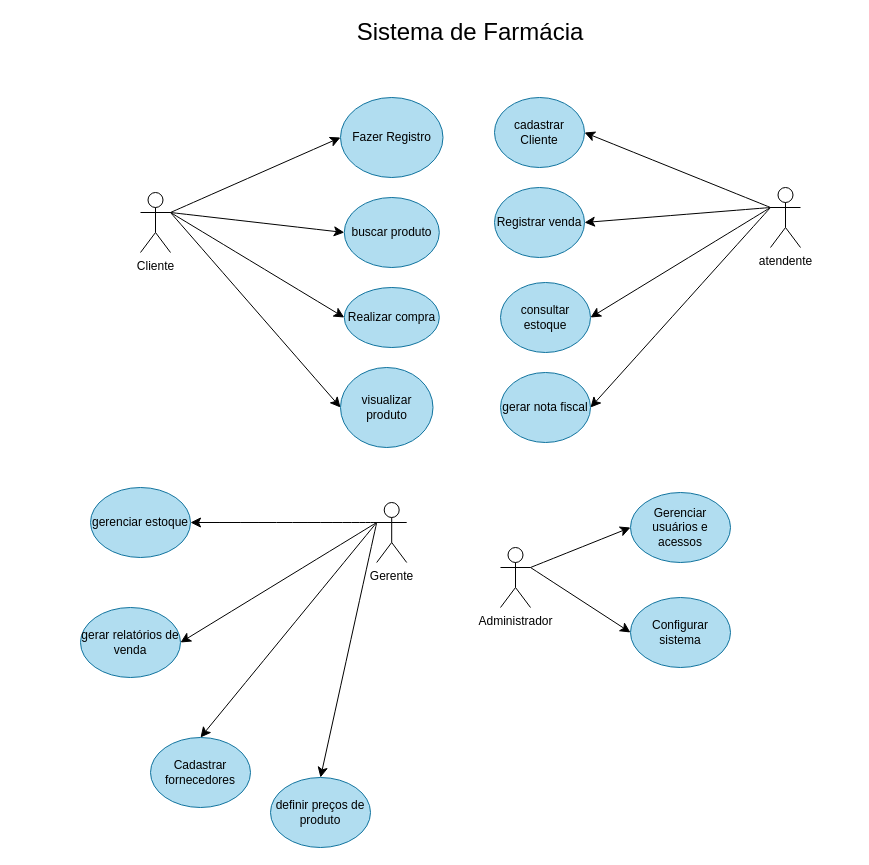
Earlier version of the draw.io diagram page "Página-11" (11 of 17) of Diagrama sem nome.drawio (jkkauany/diagramaderequisitos). Source tidied: cells renumbered, new cells numbered last; positions are measured from the earlier drawing's top-left corner, leaving out a move shared by most shapes. Both pictures are drawn from the tidied source at 100%, with x=0, y=0 at pixel (80, 17).
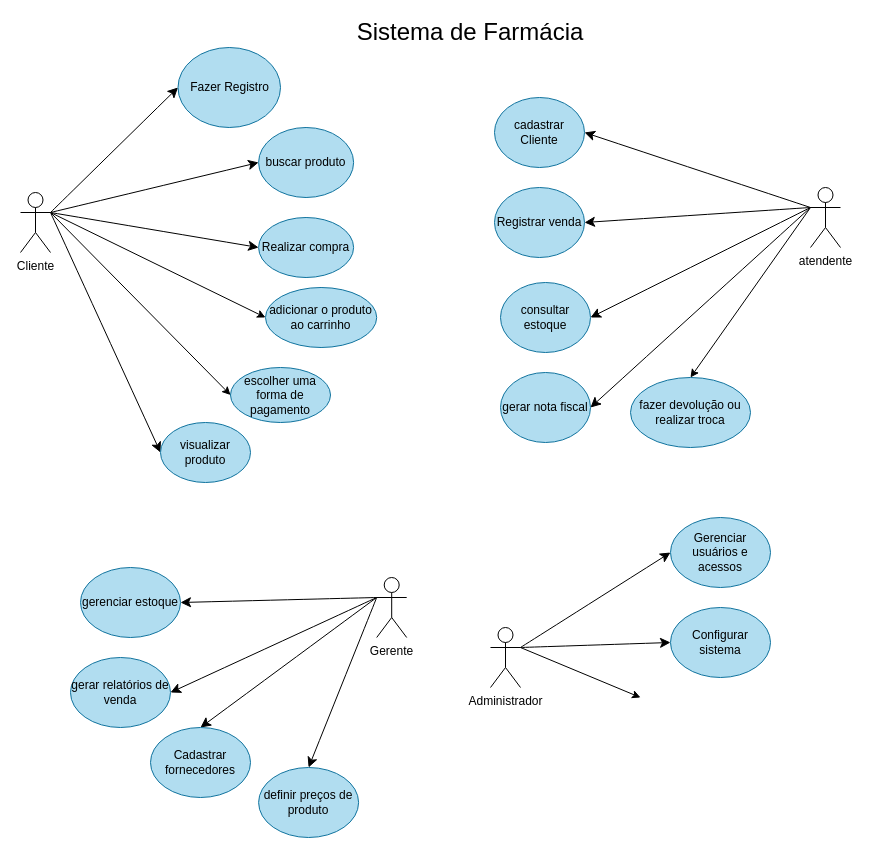
The same diagram, later.

The edit, as a diff of the source:
```diff
@@
     <mxCell id="7" value="Cliente" style="shape=umlActor;verticalLabelPosition=bottom;verticalAlign=top;html=1;outlineConnect=0;" parent="1" vertex="1">
-      <mxGeometry x="60" y="175" width="30" height="60" as="geometry" />
+      <mxGeometry x="-60" y="175" width="30" height="60" as="geometry" />
     </mxCell>
     <mxCell id="8" value="Fazer Registro" style="ellipse;whiteSpace=wrap;html=1;fillColor=#b1ddf0;strokeColor=#10739e;" parent="1" vertex="1">
-      <mxGeometry x="260" y="80" width="102.5" height="80" as="geometry" />
+      <mxGeometry x="97.5" y="30" width="102.5" height="80" as="geometry" />
     </mxCell>
     <mxCell id="9" value="buscar produto" style="ellipse;whiteSpace=wrap;html=1;fillColor=#b1ddf0;strokeColor=#10739e;" parent="1" vertex="1">
-      <mxGeometry x="263.8" y="180" width="95" height="70" as="geometry" />
+      <mxGeometry x="178.1" y="110" width="95" height="70" as="geometry" />
     </mxCell>
     <mxCell id="10" value="Realizar compra" style="ellipse;whiteSpace=wrap;html=1;fillColor=#b1ddf0;strokeColor=#10739e;" parent="1" vertex="1">
-      <mxGeometry x="263.8" y="270" width="95" height="60" as="geometry" />
+      <mxGeometry x="178.1" y="200" width="95" height="60" as="geometry" />
     </mxCell>
     <mxCell id="11" value="visualizar produto" style="ellipse;whiteSpace=wrap;html=1;fillColor=#b1ddf0;strokeColor=#10739e;" parent="1" vertex="1">
-      <mxGeometry x="260" y="350" width="92.5" height="80" as="geometry" />
+      <mxGeometry x="80" y="405" width="90" height="60" as="geometry" />
     </mxCell>
@@
     <mxCell id="16" value="atendente" style="shape=umlActor;verticalLabelPosition=bottom;verticalAlign=top;html=1;outlineConnect=0;" parent="1" vertex="1">
-      <mxGeometry x="690" y="170" width="30" height="60" as="geometry" />
+      <mxGeometry x="730" y="170" width="30" height="60" as="geometry" />
     </mxCell>
@@
     <mxCell id="25" value="Gerente" style="shape=umlActor;verticalLabelPosition=bottom;verticalAlign=top;html=1;outlineConnect=0;" parent="1" vertex="1">
-      <mxGeometry x="296.2" y="485" width="30" height="60" as="geometry" />
+      <mxGeometry x="296.2" y="560" width="30" height="60" as="geometry" />
     </mxCell>
     <mxCell id="26" value="gerenciar estoque" style="ellipse;whiteSpace=wrap;html=1;fillColor=#b1ddf0;strokeColor=#10739e;" parent="1" vertex="1">
-      <mxGeometry x="10" y="470" width="100" height="70" as="geometry" />
+      <mxGeometry y="550" width="100" height="70" as="geometry" />
     </mxCell>
     <mxCell id="27" value="gerar relatórios de venda" style="ellipse;whiteSpace=wrap;html=1;fillColor=#b1ddf0;strokeColor=#10739e;" parent="1" vertex="1">
-      <mxGeometry y="590" width="100" height="70" as="geometry" />
+      <mxGeometry x="-10" y="640" width="100" height="70" as="geometry" />
     </mxCell>
     <mxCell id="28" value="Cadastrar fornecedores" style="ellipse;whiteSpace=wrap;html=1;fillColor=#b1ddf0;strokeColor=#10739e;" parent="1" vertex="1">
-      <mxGeometry x="70" y="720" width="100" height="70" as="geometry" />
+      <mxGeometry x="70" y="710" width="100" height="70" as="geometry" />
     </mxCell>
     <mxCell id="29" value="definir preços de produto" style="ellipse;whiteSpace=wrap;html=1;fillColor=#b1ddf0;strokeColor=#10739e;" parent="1" vertex="1">
-      <mxGeometry x="190" y="760" width="100" height="70" as="geometry" />
+      <mxGeometry x="178.1" y="750" width="100" height="70" as="geometry" />
     </mxCell>
@@
     <mxCell id="32" value="Administrador" style="shape=umlActor;verticalLabelPosition=bottom;verticalAlign=top;html=1;outlineConnect=0;" parent="1" vertex="1">
-      <mxGeometry x="420" y="530" width="30" height="60" as="geometry" />
+      <mxGeometry x="410" y="610" width="30" height="60" as="geometry" />
     </mxCell>
     <mxCell id="33" value="Gerenciar usuários e acessos" style="ellipse;whiteSpace=wrap;html=1;fillColor=#b1ddf0;strokeColor=#10739e;" parent="1" vertex="1">
-      <mxGeometry x="550" y="475" width="100" height="70" as="geometry" />
+      <mxGeometry x="590" y="500" width="100" height="70" as="geometry" />
     </mxCell>
     <mxCell id="34" value="Configurar sistema" style="ellipse;whiteSpace=wrap;html=1;fillColor=#b1ddf0;strokeColor=#10739e;" parent="1" vertex="1">
-      <mxGeometry x="550" y="580" width="100" height="70" as="geometry" />
+      <mxGeometry x="590" y="590" width="100" height="70" as="geometry" />
     </mxCell>
+    <mxCell id="35" value="escolher uma forma de pagamento" style="ellipse;whiteSpace=wrap;html=1;fillColor=#b1ddf0;strokeColor=#10739e;" parent="1" vertex="1">
+      <mxGeometry x="150" y="350" width="100" height="55" as="geometry" />
+    </mxCell>
+    <mxCell id="36" style="endArrow=classic;html=1;rounded=0;exitX=1;exitY=0.3333333333333333;exitDx=0;exitDy=0;exitPerimeter=0;entryX=0;entryY=0.5;entryDx=0;entryDy=0;" parent="1" edge="1" source="7" target="35">
+      <mxGeometry relative="1" as="geometry" />
+    </mxCell>
+    <mxCell id="37" value="adicionar o produto ao carrinho" style="ellipse;whiteSpace=wrap;html=1;fillColor=#b1ddf0;strokeColor=#10739e;" parent="1" vertex="1">
+      <mxGeometry x="185" y="270" width="111.2" height="60" as="geometry" />
+    </mxCell>
+    <mxCell id="38" style="endArrow=classic;html=1;rounded=0;exitX=1;exitY=0.3333333333333333;exitDx=0;exitDy=0;exitPerimeter=0;entryX=0;entryY=0.5;entryDx=0;entryDy=0;" parent="1" edge="1" source="7" target="37">
+      <mxGeometry relative="1" as="geometry" />
+    </mxCell>
+    <mxCell id="39" value="fazer devolução ou realizar troca" style="ellipse;whiteSpace=wrap;html=1;fillColor=#b1ddf0;strokeColor=#10739e;" parent="1" vertex="1">
+      <mxGeometry x="550" y="360" width="120" height="70" as="geometry" />
+    </mxCell>
+    <mxCell id="40" style="endArrow=classic;html=1;rounded=0;exitX=0;exitY=0.3333333333333333;exitDx=0;exitDy=0;exitPerimeter=0;entryX=0.5;entryY=0;entryDx=0;entryDy=0;" parent="1" edge="1" source="16" target="39">
+      <mxGeometry relative="1" as="geometry" />
+    </mxCell>
+    <mxCell id="41" style="endArrow=classic;html=1;rounded=0;exitX=1;exitY=0.3333333333333333;exitDx=0;exitDy=0;exitPerimeter=0;" parent="1" edge="1" source="32">
+      <mxGeometry relative="1" as="geometry">
+        <mxPoint x="560" y="680" as="targetPoint" />
+      </mxGeometry>
+    </mxCell>
```
